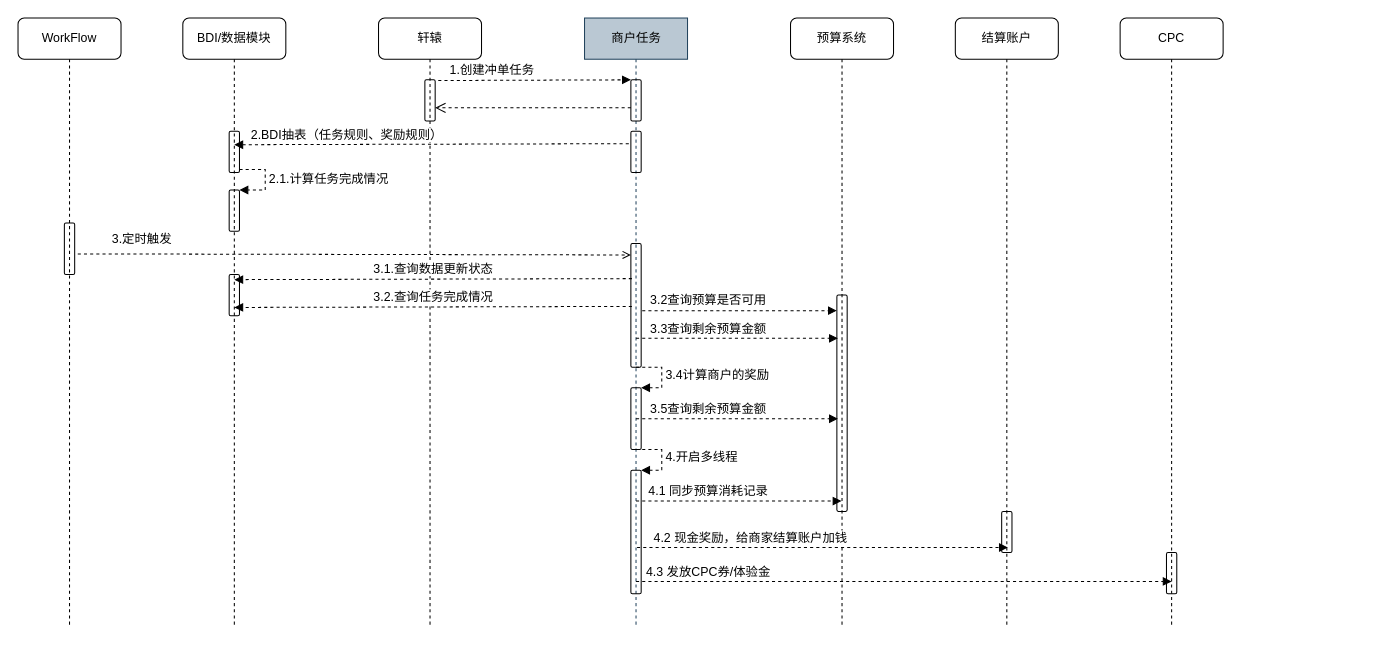
This is page "交互图" (3 of 5) of 疫情春保.drawio from jon-kong/draw.io, a draw.io file, before an edit. Source tidied: cells renumbered, new cells numbered last; positions are measured from the earlier drawing's top-left corner, leaving out a move shared by most shapes. Both pictures are drawn from the tidied source at 103%, with x=0, y=0 at pixel (18, 18).
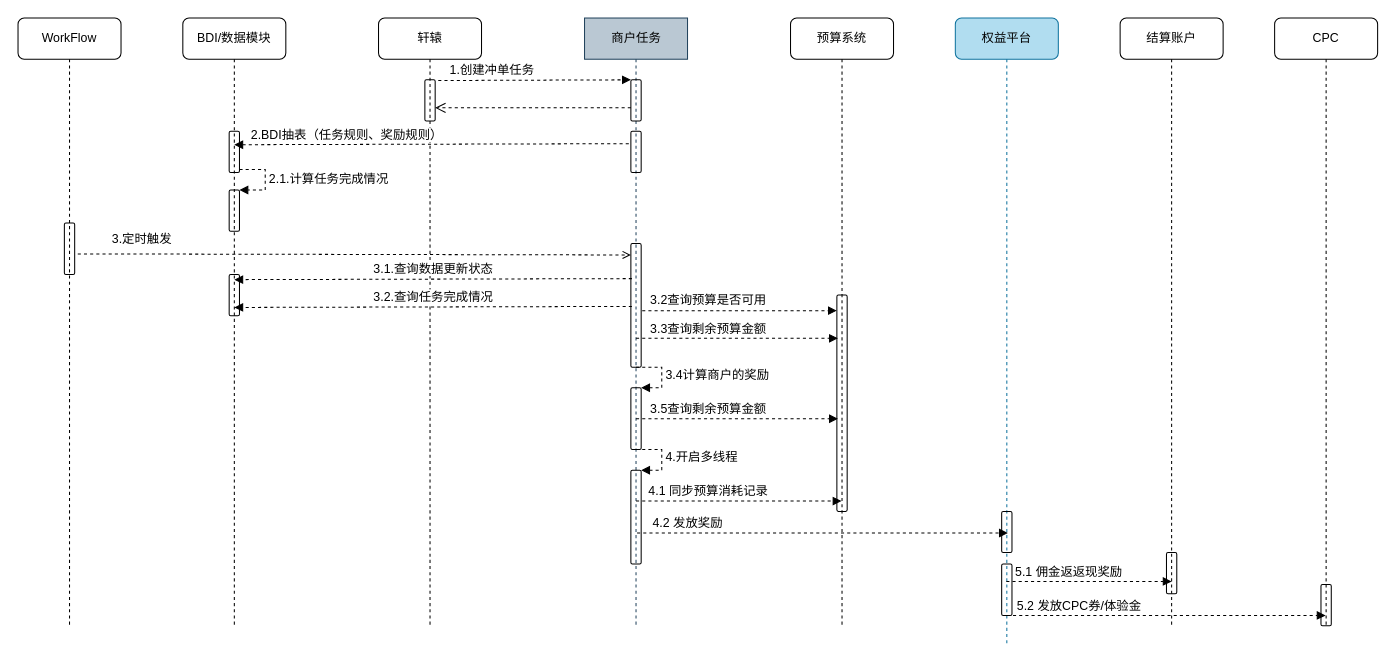
The same diagram, later.

Unchanged cells that the change refers to:
```xml
<mxCell id="4" value="商户任务" style="html=1;perimeter=orthogonalPerimeter;shape=umlLifeline;participant=label;fontFamily=Helvetica;fontSize=12;align=center;strokeColor=#23445d;fillColor=#bac8d3;" parent="1" vertex="1">
  <mxGeometry x="550" width="100" height="590" as="geometry" />
</mxCell>
```

Change to the diagram source:
```diff
@@
     <mxCell id="9" style="html=1;points=[];perimeter=orthogonalPerimeter;rounded=1;fillColor=none;fontSize=12;fontColor=#000000;" parent="4" vertex="1">
-      <mxGeometry x="45" y="439" width="10" height="120" as="geometry" />
+      <mxGeometry x="45" y="439" width="10" height="91" as="geometry" />
     </mxCell>
@@
-    <mxCell id="20" value="结算账户" style="shape=umlLifeline;perimeter=lifelinePerimeter;whiteSpace=wrap;html=1;outlineConnect=0;rounded=1;fillColor=none;fontSize=12;fontColor=#000000;" parent="1" vertex="1">
-      <mxGeometry x="910" width="100" height="590" as="geometry" />
+    <mxCell id="20" value="权益平台" style="shape=umlLifeline;perimeter=lifelinePerimeter;whiteSpace=wrap;html=1;outlineConnect=0;rounded=1;fillColor=#b1ddf0;fontSize=12;strokeColor=#10739e;" parent="1" vertex="1">
+      <mxGeometry x="910" width="100" height="610" as="geometry" />
     </mxCell>
@@
+    <mxCell id="37" style="html=1;perimeter=orthogonalPerimeter;rounded=1;fillColor=none;fontSize=12;fontColor=#000000;" parent="20" vertex="1">
+      <mxGeometry x="45" y="530" width="10" height="50" as="geometry" />
+    </mxCell>
-    <mxCell id="22" value="CPC" style="shape=umlLifeline;perimeter=lifelinePerimeter;whiteSpace=wrap;html=1;rounded=1;fillColor=none;fontSize=12;fontColor=#000000;" parent="1" vertex="1">
+    <mxCell id="22" value="结算账户" style="shape=umlLifeline;perimeter=lifelinePerimeter;whiteSpace=wrap;html=1;rounded=1;fillColor=none;fontSize=12;fontColor=#000000;" parent="1" vertex="1">
       <mxGeometry x="1070" width="100" height="590" as="geometry" />
     </mxCell>
@@
-    <mxCell id="33" value="4.2 现金奖励，给商家结算账户加钱" style="html=1;verticalAlign=bottom;endArrow=block;dashed=1;fontSize=12;fontColor=#000000;" parent="1" edge="1">
-      <mxGeometry x="-0.39" relative="1" as="geometry">
-        <mxPoint x="601" y="514" as="sourcePoint" />
-        <mxPoint x="961" y="514" as="targetPoint" />
+    <mxCell id="33" value="4.2 发放奖励" style="html=1;verticalAlign=bottom;endArrow=block;dashed=1;fontSize=12;fontColor=#000000;" parent="1" edge="1">
+      <mxGeometry x="-0.73" relative="1" as="geometry">
+        <mxPoint x="601" y="500" as="sourcePoint" />
+        <mxPoint x="961" y="500" as="targetPoint" />
       </mxGeometry>
     </mxCell>
-    <mxCell id="34" value="4.3 发放CPC券/体验金" style="html=1;verticalAlign=bottom;endArrow=block;dashed=1;fontSize=12;fontColor=#000000;" parent="1" edge="1">
-      <mxGeometry x="-0.73" relative="1" as="geometry">
-        <mxPoint x="600" y="547" as="sourcePoint" />
+    <mxCell id="34" value="5.1 佣金返返现奖励" style="html=1;verticalAlign=bottom;endArrow=block;dashed=1;fontSize=12;fontColor=#000000;" parent="1" edge="1" source="20">
+      <mxGeometry x="-0.25" relative="1" as="geometry">
         <mxPoint x="1120" y="547" as="targetPoint" />
       </mxGeometry>
     </mxCell>
@@
+    <mxCell id="38" value="CPC" style="shape=umlLifeline;perimeter=lifelinePerimeter;whiteSpace=wrap;html=1;outlineConnect=0;rounded=1;fillColor=none;fontSize=12;fontColor=#000000;" parent="1" vertex="1">
+      <mxGeometry x="1220" width="100" height="590" as="geometry" />
+    </mxCell>
+    <mxCell id="39" style="html=1;perimeter=orthogonalPerimeter;rounded=1;fillColor=none;fontSize=12;fontColor=#000000;" parent="38" vertex="1">
+      <mxGeometry x="45" y="550" width="10" height="40" as="geometry" />
+    </mxCell>
+    <mxCell id="40" value="5.2 发放CPC券/体验金" style="html=1;verticalAlign=bottom;endArrow=block;dashed=1;fontSize=12;fontColor=#000000;" parent="1" edge="1" target="38">
+      <mxGeometry x="-0.55" relative="1" as="geometry">
+        <mxPoint x="960" y="580" as="sourcePoint" />
+      </mxGeometry>
+    </mxCell>
```
